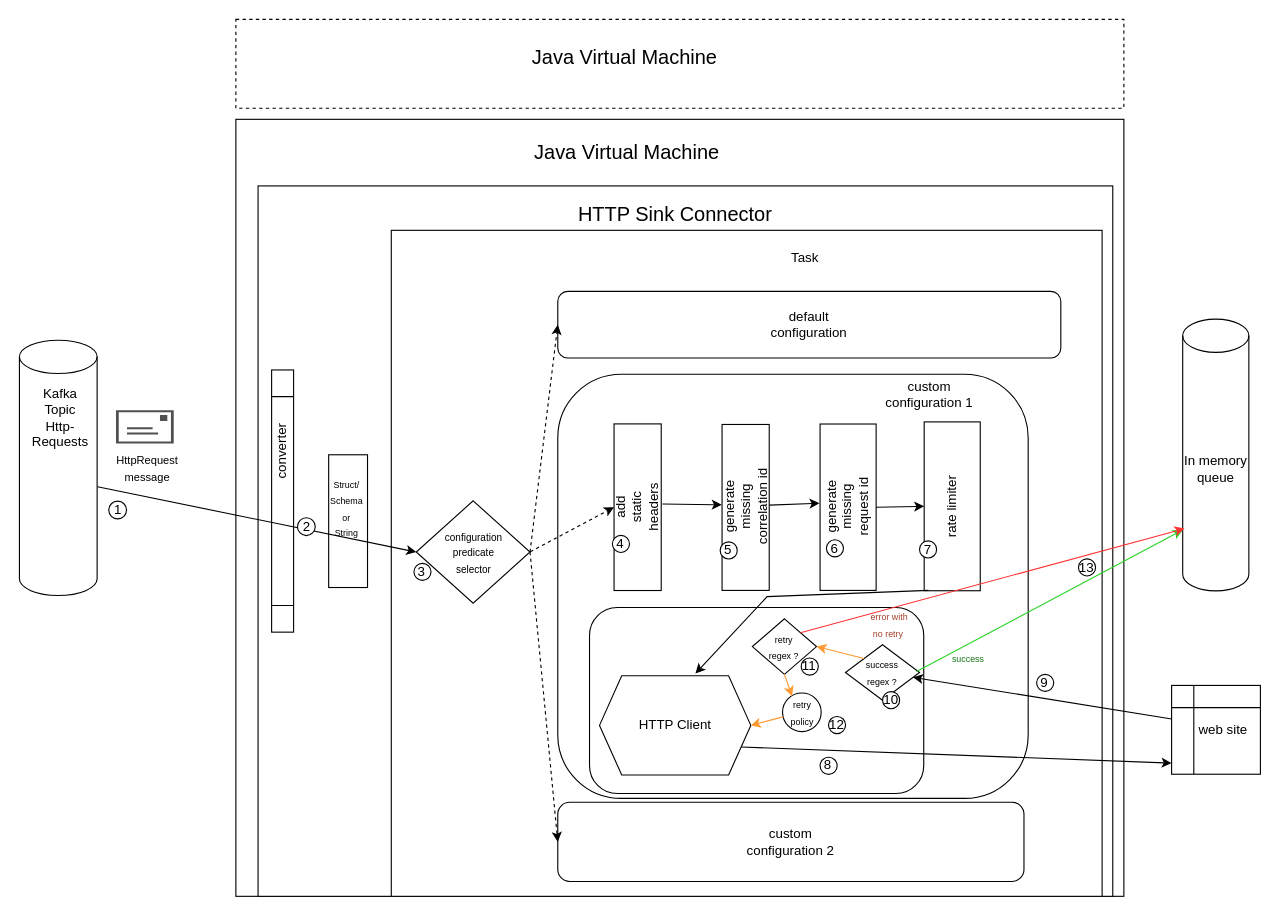
The draw.io diagram docs/http_sink_connector.drawio in clescot/kafka-connect-http, before the edit. Source tidied: cells renumbered, new cells numbered last; positions are measured from the earlier drawing's top-left corner, leaving out a move shared by most shapes. Both pictures are drawn from the tidied source at 111%, with x=0, y=0 at pixel (19, 19).
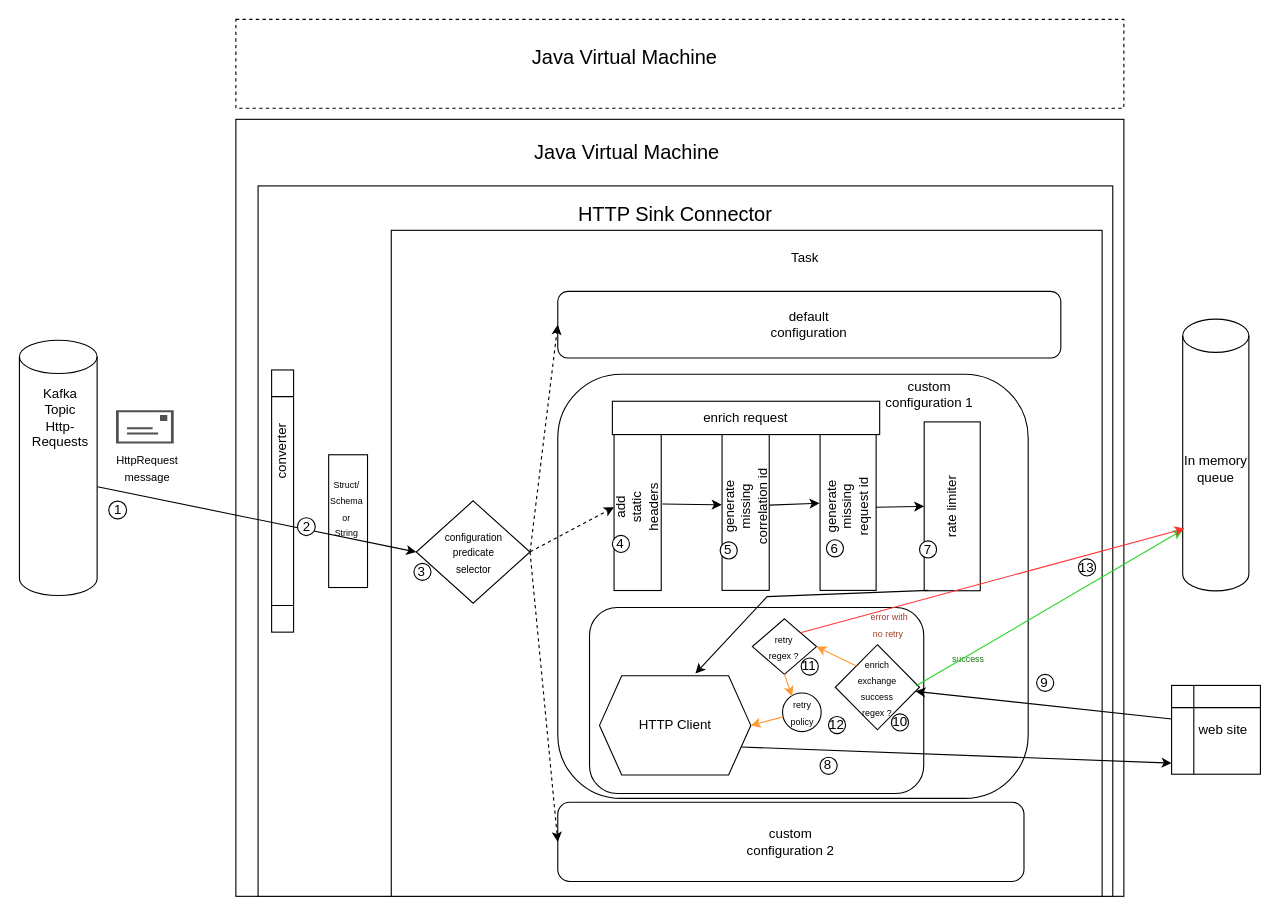
Above is the later version.

Unchanged cells that the change refers to:
```xml
<mxCell id="3" style="rounded=0;whiteSpace=wrap;html=1;" parent="1" vertex="1">
  <mxGeometry x="215" y="150" width="770" height="640" as="geometry" />
</mxCell>
```

What changed in the source:
```diff
@@
+    <mxCell id="64" style="rounded=0;whiteSpace=wrap;html=1;" parent="1" vertex="1">
+      <mxGeometry x="515" y="340" width="270" height="180" as="geometry" />
+    </mxCell>
@@
-    <mxCell id="24" value="&lt;font style=&quot;font-size: 8px;&quot;&gt;success&lt;br&gt;regex ?&lt;/font&gt;" style="rhombus;whiteSpace=wrap;html=1;" parent="3" vertex="1">
-      <mxGeometry x="529.2" y="413.3" width="66.7" height="50" as="geometry" />
+    <mxCell id="24" value="&lt;font style=&quot;font-size: 8px;&quot;&gt;enrich&lt;br&gt;exchange&lt;br&gt;success&lt;br&gt;regex ?&lt;/font&gt;" style="rhombus;whiteSpace=wrap;html=1;" parent="3" vertex="1">
+      <mxGeometry x="520" y="413.3" width="75.9" height="76.7" as="geometry" />
     </mxCell>
@@
     <mxCell id="39" value="10" style="ellipse;whiteSpace=wrap;html=1;" parent="3" vertex="1">
-      <mxGeometry x="562.6" y="455.6" width="15.4" height="15.4" as="geometry" />
+      <mxGeometry x="570.6" y="475.6" width="15.4" height="15.4" as="geometry" />
     </mxCell>
@@
+    <mxCell id="65" value="enrich request" style="rounded=0;whiteSpace=wrap;html=1;" parent="3" vertex="1">
+      <mxGeometry x="319.2" y="194" width="240.8" height="30" as="geometry" />
+    </mxCell>
```
